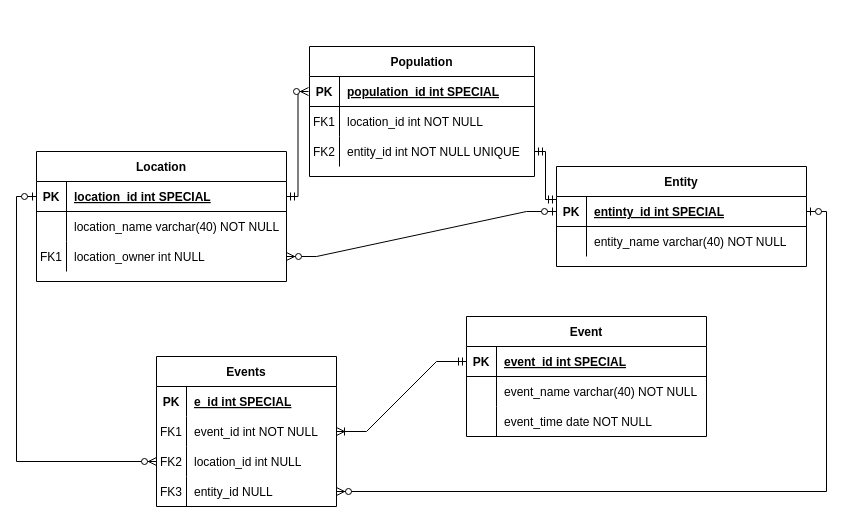
The draw.io diagram datalogical_model.drawio in Zerumi/bd1_180223_367837, before the edit. Source tidied: cells renumbered, new cells numbered last; positions are measured from the earlier drawing's top-left corner, leaving out a move shared by most shapes. Both pictures are drawn from the tidied source at 100%, with x=0, y=0 at pixel (16, 46).
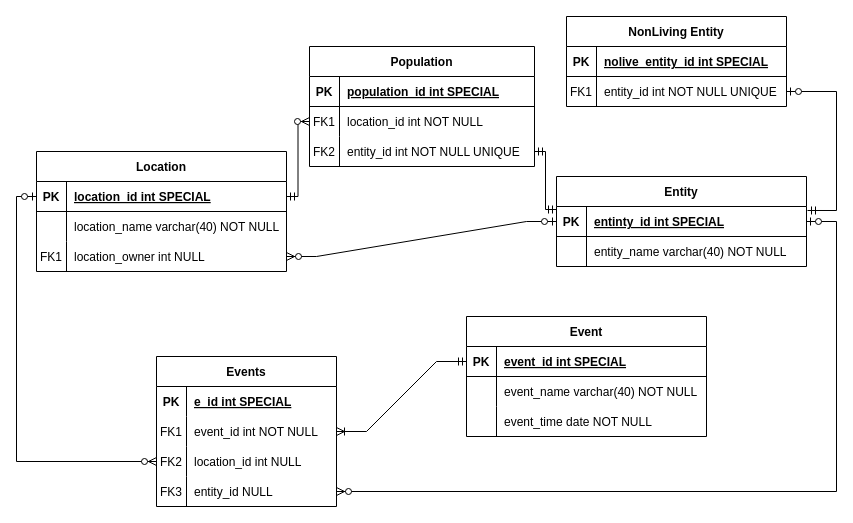
The same page after the edit.

Commit message:
datalogical model updated

Unchanged cells that the change refers to:
```xml
<mxCell id="3" style="shape=partialRectangle;fillColor=none;points=[[0,0.5],[1,0.5]];portConstraint=eastwest;top=0;left=0;right=0;bottom=1;" parent="2" vertex="1">
  <mxGeometry y="30" width="250" height="30" as="geometry" />
</mxCell>
<mxCell id="10" style="shape=partialRectangle;points=[[0,0.5],[1,0.5]];portConstraint=eastwest;top=0;left=0;right=0;bottom=1;fillColor=none;perimeterSpacing=1;" parent="9" vertex="1">
  <mxGeometry y="30" width="225" height="30" as="geometry" />
</mxCell>
<mxCell id="13" style="shape=partialRectangle;fillColor=none;points=[[0,0.5],[1,0.5]];portConstraint=eastwest;top=0;left=0;right=0;bottom=0;" parent="9" vertex="1">
  <mxGeometry y="60" width="225" height="30" as="geometry" />
</mxCell>
<mxCell id="20" style="shape=partialRectangle;fillColor=none;points=[[0,0.5],[1,0.5]];portConstraint=eastwest;top=0;left=0;right=0;bottom=1;" parent="19" vertex="1">
  <mxGeometry y="30" width="250" height="30" as="geometry" />
</mxCell>
<mxCell id="39" style="shape=tableRow;horizontal=0;startSize=0;swimlaneHead=0;swimlaneBody=0;fillColor=none;points=[[0,0.5],[1,0.5]];portConstraint=eastwest;top=0;left=0;right=0;bottom=0;" parent="29" vertex="1">
  <mxGeometry y="120" width="180" height="30" as="geometry" />
</mxCell>
```

What changed in the source:
```diff
@@
     <mxCell id="2" value="Entity" style="shape=table;startSize=30;childLayout=tableLayout;rowLines=0;fontStyle=1;align=center;" parent="1" vertex="1">
-      <mxGeometry x="540" y="120" width="250" height="100" as="geometry" />
+      <mxGeometry x="540" y="130" width="250" height="90" as="geometry" />
     </mxCell>
@@
     <mxCell id="9" value="Population" style="shape=table;startSize=30;childLayout=tableLayout;rowLines=0;fontStyle=1;align=center;" parent="1" vertex="1">
-      <mxGeometry x="293" width="225" height="130" as="geometry" />
+      <mxGeometry x="293" width="225" height="120" as="geometry" />
     </mxCell>
@@
     <mxCell id="19" value="Location" style="shape=table;startSize=30;childLayout=tableLayout;rowLines=0;fontStyle=1;align=center;" parent="1" vertex="1">
-      <mxGeometry x="20" y="105" width="250" height="130" as="geometry" />
+      <mxGeometry x="20" y="105" width="250" height="120" as="geometry" />
     </mxCell>
@@
     <mxCell id="53" style="edgeStyle=orthogonalEdgeStyle;fontSize=12;html=1;endArrow=ERzeroToMany;startArrow=ERzeroToOne;rounded=0;exitX=1;exitY=0.5;exitDx=0;exitDy=0;" parent="1" edge="1" source="3" target="39">
       <mxGeometry relative="1" as="geometry">
         <Array as="points">
-          <mxPoint x="810" y="165" />
-          <mxPoint x="810" y="445" />
+          <mxPoint x="820" y="175" />
+          <mxPoint x="820" y="445" />
         </Array>
       </mxGeometry>
     </mxCell>
@@
-    <mxCell id="57" style="edgeStyle=orthogonalEdgeStyle;fontSize=12;html=1;endArrow=ERzeroToMany;startArrow=ERmandOne;rounded=0;" parent="1" edge="1" source="20" target="10">
+    <mxCell id="57" style="edgeStyle=orthogonalEdgeStyle;fontSize=12;html=1;endArrow=ERzeroToMany;startArrow=ERmandOne;rounded=0;" parent="1" edge="1" source="20" target="13">
       <mxGeometry relative="1" as="geometry" />
     </mxCell>
+    <mxCell id="58" value="NonLiving Entity" style="shape=table;startSize=30;childLayout=tableLayout;rowLines=0;fontStyle=1;align=center;strokeColor=default;fillColor=none;" parent="1" vertex="1">
+      <mxGeometry x="550" y="-30" width="220" height="90" as="geometry" />
+    </mxCell>
+    <mxCell id="59" style="shape=tableRow;horizontal=0;startSize=0;swimlaneHead=0;swimlaneBody=0;fillColor=none;top=0;left=0;right=0;bottom=1;strokeColor=default;" parent="58" vertex="1">
+      <mxGeometry y="30" width="220" height="30" as="geometry" />
+    </mxCell>
+    <mxCell id="60" value="PK" style="shape=partialRectangle;fillColor=none;top=0;left=0;bottom=0;right=0;fontStyle=1;overflow=hidden;strokeColor=default;" parent="59" vertex="1">
+      <mxGeometry width="30" height="30" as="geometry" />
+    </mxCell>
+    <mxCell id="61" value="nolive_entity_id int SPECIAL" style="shape=partialRectangle;fillColor=none;top=0;left=0;bottom=0;right=0;align=left;spacingLeft=6;fontStyle=5;overflow=hidden;strokeColor=default;" parent="59" vertex="1">
+      <mxGeometry x="30" width="190" height="30" as="geometry" />
+    </mxCell>
+    <mxCell id="62" style="shape=tableRow;horizontal=0;startSize=0;swimlaneHead=0;swimlaneBody=0;fillColor=none;points=[[0,0.5],[1,0.5]];portConstraint=eastwest;top=0;left=0;right=0;bottom=0;strokeColor=default;" parent="58" vertex="1">
+      <mxGeometry y="60" width="220" height="30" as="geometry" />
+    </mxCell>
+    <mxCell id="63" value="FK1" style="shape=partialRectangle;fillColor=none;top=0;left=0;bottom=0;right=0;overflow=hidden;strokeColor=default;" parent="62" vertex="1">
+      <mxGeometry width="30" height="30" as="geometry" />
+    </mxCell>
+    <mxCell id="64" value="entity_id int NOT NULL UNIQUE" style="shape=partialRectangle;fillColor=none;top=0;left=0;bottom=0;right=0;align=left;spacingLeft=6;overflow=hidden;strokeColor=default;" parent="62" vertex="1">
+      <mxGeometry x="30" width="190" height="30" as="geometry" />
+    </mxCell>
+    <mxCell id="65" style="edgeStyle=orthogonalEdgeStyle;fontSize=12;html=1;endArrow=ERzeroToOne;startArrow=ERmandOne;rounded=0;exitX=1.004;exitY=0.133;exitDx=0;exitDy=0;exitPerimeter=0;" parent="1" edge="1" source="3" target="62">
+      <mxGeometry relative="1" as="geometry">
+        <Array as="points">
+          <mxPoint x="820" y="164" />
+          <mxPoint x="820" y="45" />
+        </Array>
+      </mxGeometry>
+    </mxCell>
```
